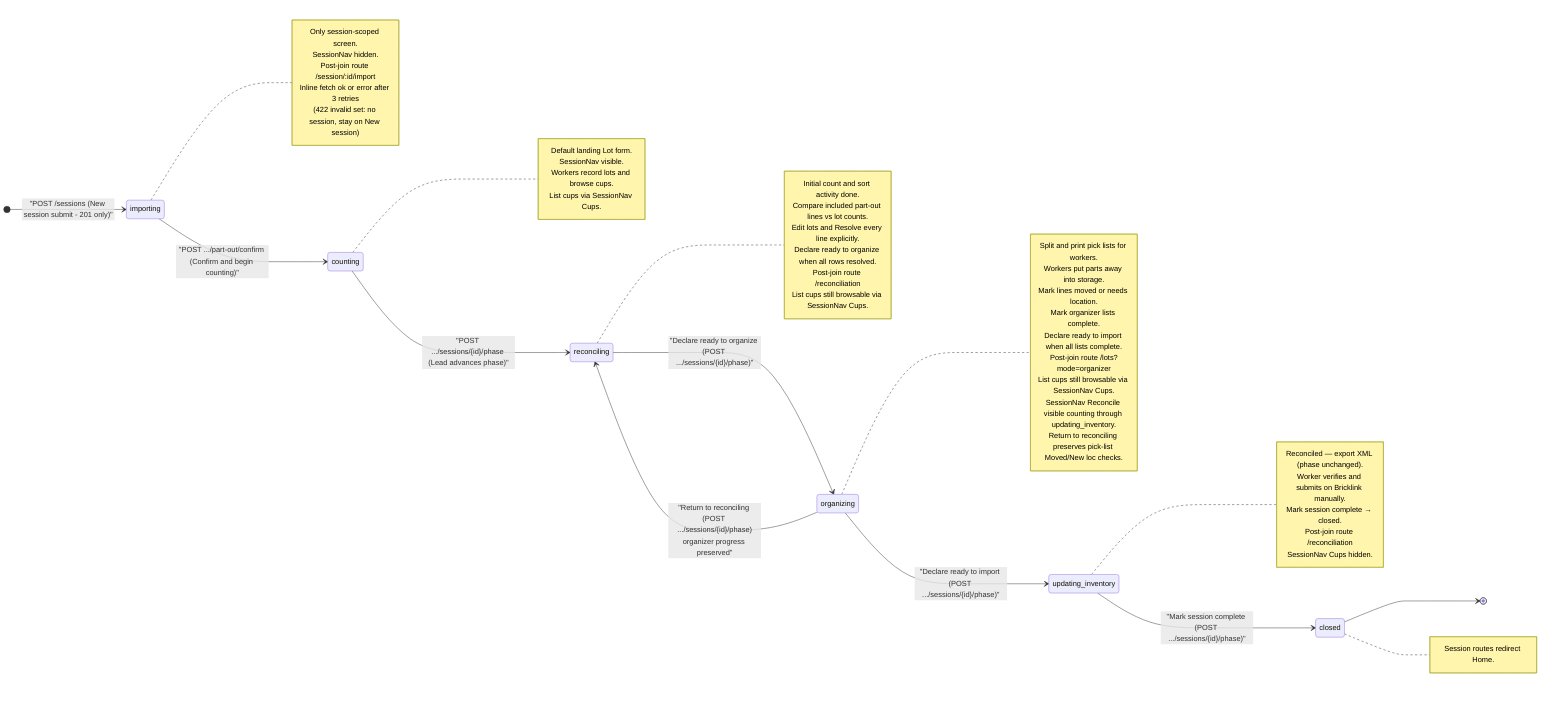
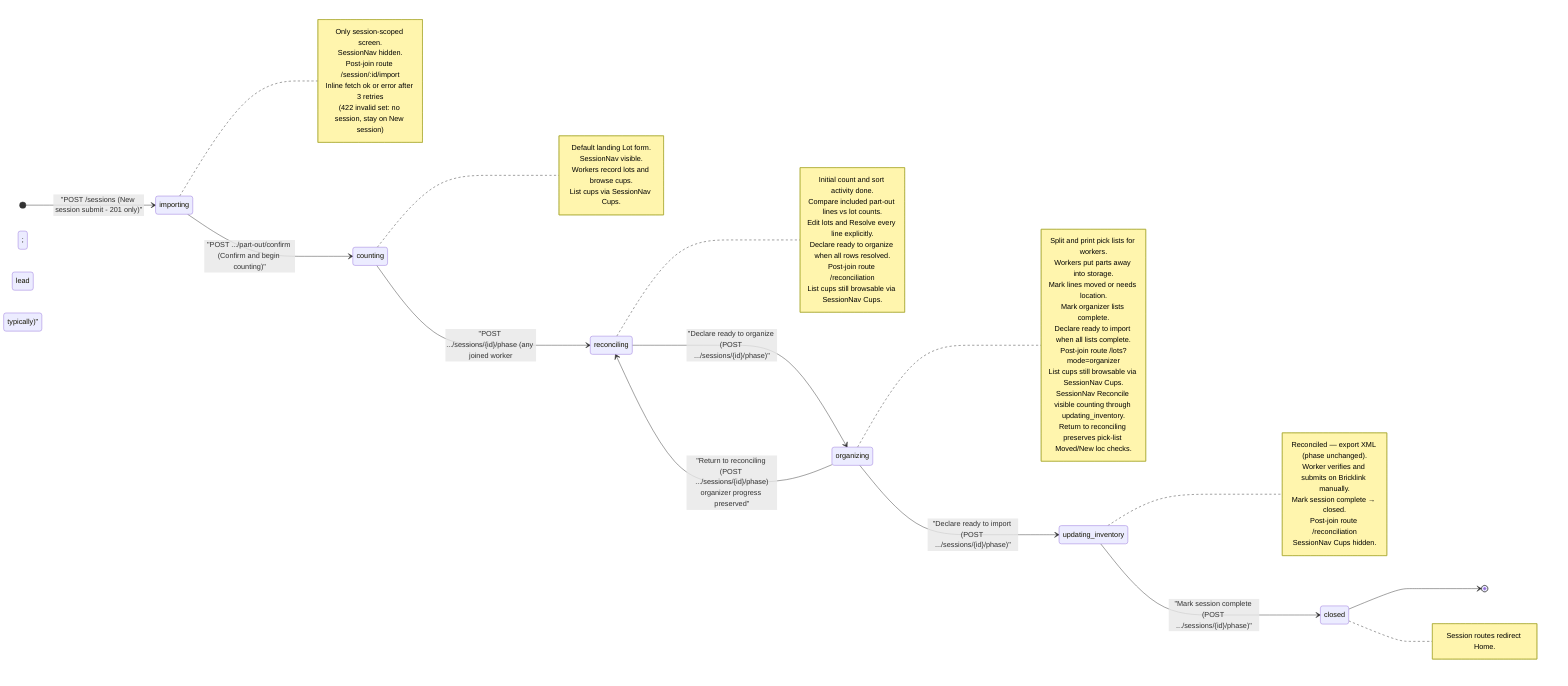
%% Session phase state machine
%% Sources: docs/view-specs/home.md, new-session.md, part-out-import.md, part-out-reconciliation.md,
%%          list-cups.md, list-lots.md, feature/part-out-coordinator/product-spec.md
%%
%% XML export and Bricklink mass update occur in updating_inventory, after organizing.

stateDiagram-v2
    direction LR

    [*] --> importing: "POST /sessions (New session submit - 201 only)"
    importing --> counting: "POST .../part-out/confirm (Confirm and begin counting)"
-     counting --> reconciling: "POST .../sessions/{id}/phase (Lead advances phase)"
+     counting --> reconciling: "POST .../sessions/{id}/phase (any joined worker; lead typically)"
    reconciling --> organizing: "Declare ready to organize (POST .../sessions/{id}/phase)"
    organizing --> updating_inventory: "Declare ready to import (POST .../sessions/{id}/phase)"
    organizing --> reconciling: "Return to reconciling (POST .../sessions/{id}/phase)<br>organizer progress preserved"
    updating_inventory --> closed: "Mark session complete (POST .../sessions/{id}/phase)"
    closed --> [*]

    note right of importing
        Only session-scoped screen.
        SessionNav hidden.
        Post-join route /session/:id/import
        Inline fetch ok or error after 3 retries
        (422 invalid set: no session, stay on New session)
    end note

    note right of counting
        Default landing Lot form.
        SessionNav visible.
        Workers record lots and browse cups.
        List cups via SessionNav Cups.
    end note

    note right of reconciling
        Initial count and sort activity done.
        Compare included part-out lines vs lot counts.
        Edit lots and Resolve every line explicitly.
        Declare ready to organize when all rows resolved.
        Post-join route /reconciliation
        List cups still browsable via SessionNav Cups.
    end note

    note right of organizing
        Split and print pick lists for workers.
        Workers put parts away into storage.
        Mark lines moved or needs location.
        Mark organizer lists complete.
        Declare ready to import when all lists complete.
        Post-join route /lots?mode=organizer
        List cups still browsable via SessionNav Cups.
        SessionNav Reconcile visible counting through updating_inventory.
        Return to reconciling preserves pick-list Moved/New loc checks.
    end note

    note right of closed
        Session routes redirect Home.
    end note

    note right of updating_inventory
        Reconciled — export XML (phase unchanged).
        Worker verifies and submits on Bricklink manually.
        Mark session complete → closed.
        Post-join route /reconciliation
        SessionNav Cups hidden.
    end note
